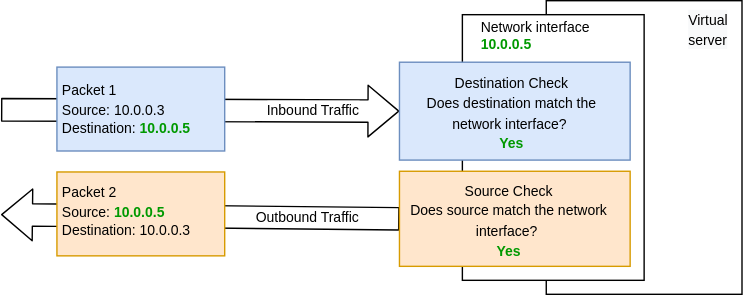
The draw.io diagram images/as-allow.svg in ibm-cloud-docs/vpc, before a commit. Source tidied: cells renumbered, new cells last; positions are measured from the earlier drawing's top-left corner, leaving out a move shared by most shapes.
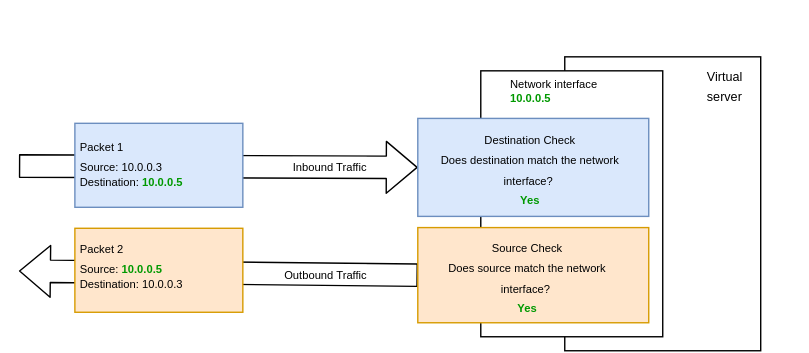
The same file after the commit.

Diff of the diagram source:
```diff
@@ -30,29 +30,35 @@
     <mxCell id="9" style="rounded=0;whiteSpace=wrap;html=1;fillColor=#dae8fc;strokeColor=#6c8ebf;" parent="1" vertex="1">
       <mxGeometry x="285" y="44" width="165" height="70" as="geometry" />
     </mxCell>
-    <mxCell id="10" value="&lt;font style=&quot;font-size: 10px;&quot;&gt;Inbound Traffic&lt;/font&gt;" style="edgeLabel;html=1;align=center;verticalAlign=middle;" parent="1" vertex="1">
+    <mxCell id="10" value="&lt;font style=&quot;font-size: 8px;&quot;&gt;Inbound Traffic&lt;/font&gt;" style="edgeLabel;html=1;align=center;verticalAlign=middle;" parent="1" vertex="1">
       <mxGeometry x="222" y="78" as="geometry" />
     </mxCell>
-    <mxCell id="11" value="&lt;div style=&quot;text-align: justify; font-size: 10px;&quot;&gt;&lt;font style=&quot;font-size: 10px;&quot;&gt;Network interface&lt;/font&gt;&lt;/div&gt;&lt;div style=&quot;text-align: justify; font-size: 10px;&quot;&gt;&lt;b style=&quot;&quot;&gt;&lt;font style=&quot;font-size: 10px;&quot; color=&quot;#009900&quot;&gt;10.0.0.5&lt;/font&gt;&lt;/b&gt;&lt;/div&gt;" style="text;html=1;align=center;verticalAlign=middle;" parent="1" vertex="1">
-      <mxGeometry x="332" y="5" width="100" height="40" as="geometry" />
+    <mxCell id="11" value="&lt;div style=&quot;text-align: justify; font-size: 8px;&quot;&gt;&lt;font style=&quot;font-size: 8px;&quot;&gt;Network interface&lt;/font&gt;&lt;/div&gt;&lt;div style=&quot;text-align: justify; font-size: 8px;&quot;&gt;&lt;b style=&quot;&quot;&gt;&lt;font style=&quot;font-size: 8px;&quot; color=&quot;#009900&quot;&gt;10.0.0.5&lt;/font&gt;&lt;/b&gt;&lt;/div&gt;" style="text;html=1;align=center;verticalAlign=middle;" parent="1" vertex="1">
+      <mxGeometry x="337" y="10" width="90" height="30" as="geometry" />
     </mxCell>
-    <mxCell id="12" value="&lt;span style=&quot;color: rgb(0, 0, 0); font-family: helvetica; font-style: normal; font-weight: 400; letter-spacing: normal; text-align: center; text-indent: 0px; text-transform: none; word-spacing: 0px; background-color: rgb(248, 249, 250); display: inline; float: none;&quot;&gt;&lt;font style=&quot;font-size: 10px;&quot;&gt;Virtual server&lt;/font&gt;&lt;/span&gt;" style="text;whiteSpace=wrap;html=1;" parent="1" vertex="1">
+    <mxCell id="12" value="&lt;span style=&quot;color: rgb(0, 0, 0); font-family: helvetica; font-style: normal; font-weight: 400; letter-spacing: normal; text-align: center; text-indent: 0px; text-transform: none; word-spacing: 0px; display: inline; float: none;&quot;&gt;&lt;font style=&quot;font-size: 9px;&quot;&gt;Virtual server&lt;/font&gt;&lt;/span&gt;" style="text;whiteSpace=wrap;html=1;labelBorderColor=none;labelBackgroundColor=none;" parent="1" vertex="1">
       <mxGeometry x="490" width="40" height="30" as="geometry" />
     </mxCell>
-    <mxCell id="13" value="&lt;font style=&quot;font-size: 10px;&quot;&gt;Outbound Traffic&lt;/font&gt;" style="edgeLabel;html=1;align=center;verticalAlign=middle;" parent="1" vertex="1">
+    <mxCell id="13" value="&lt;font style=&quot;font-size: 8px;&quot;&gt;Outbound Traffic&lt;/font&gt;" style="edgeLabel;html=1;align=center;verticalAlign=middle;" parent="1" vertex="1">
       <mxGeometry x="219" y="154.7" as="geometry" />
     </mxCell>
-    <mxCell id="14" value="&lt;font style=&quot;font-size: 10px;&quot;&gt;&lt;span style=&quot;color: rgb(0, 0, 0); font-family: helvetica; font-style: normal; font-weight: 400; letter-spacing: normal; text-align: left; text-indent: 0px; text-transform: none; word-spacing: 0px; display: inline; float: none;&quot;&gt;Packet 1&lt;/span&gt;&lt;br style=&quot;color: rgb(0, 0, 0); font-family: helvetica; font-style: normal; font-weight: 400; letter-spacing: normal; text-align: left; text-indent: 0px; text-transform: none; word-spacing: 0px;&quot;&gt;&lt;span style=&quot;color: rgb(0, 0, 0); font-family: helvetica; font-style: normal; font-weight: 400; letter-spacing: normal; text-align: left; text-indent: 0px; text-transform: none; word-spacing: 0px; display: inline; float: none;&quot;&gt;Source: 10.0.0.3&lt;/span&gt;&lt;br style=&quot;color: rgb(0, 0, 0); font-family: helvetica; font-style: normal; font-weight: 400; letter-spacing: normal; text-align: left; text-indent: 0px; text-transform: none; word-spacing: 0px;&quot;&gt;&lt;/font&gt;&lt;div style=&quot;color: rgb(0, 0, 0); font-family: helvetica; font-style: normal; font-weight: 400; letter-spacing: normal; text-align: left; text-indent: 0px; text-transform: none; word-spacing: 0px; font-size: 10px;&quot;&gt;&lt;font style=&quot;font-size: 10px;&quot;&gt;Destination:&amp;nbsp;&lt;b style=&quot;&quot;&gt;&lt;font style=&quot;font-size: 10px;&quot; color=&quot;#009900&quot;&gt;10.0.0.5&lt;/font&gt;&lt;/b&gt;&lt;/font&gt;&lt;/div&gt;" style="text;whiteSpace=wrap;html=1;" parent="1" vertex="1">
-      <mxGeometry x="42" y="50" width="140" height="60" as="geometry" />
+    <mxCell id="14" value="&lt;font style=&quot;font-size: 8px;&quot;&gt;&lt;span style=&quot;color: rgb(0, 0, 0); font-family: helvetica; font-style: normal; font-weight: 400; letter-spacing: normal; text-align: left; text-indent: 0px; text-transform: none; word-spacing: 0px; display: inline; float: none;&quot;&gt;Packet 1&lt;/span&gt;&lt;br style=&quot;color: rgb(0, 0, 0); font-family: helvetica; font-style: normal; font-weight: 400; letter-spacing: normal; text-align: left; text-indent: 0px; text-transform: none; word-spacing: 0px;&quot;&gt;&lt;span style=&quot;color: rgb(0, 0, 0); font-family: helvetica; font-style: normal; font-weight: 400; letter-spacing: normal; text-align: left; text-indent: 0px; text-transform: none; word-spacing: 0px; display: inline; float: none;&quot;&gt;Source: 10.0.0.3&lt;/span&gt;&lt;br style=&quot;color: rgb(0, 0, 0); font-family: helvetica; font-style: normal; font-weight: 400; letter-spacing: normal; text-align: left; text-indent: 0px; text-transform: none; word-spacing: 0px;&quot;&gt;&lt;/font&gt;&lt;div style=&quot;color: rgb(0, 0, 0); font-family: helvetica; font-style: normal; font-weight: 400; letter-spacing: normal; text-align: left; text-indent: 0px; text-transform: none; word-spacing: 0px; font-size: 8px;&quot;&gt;&lt;font style=&quot;font-size: 8px;&quot;&gt;Destination:&amp;nbsp;&lt;b style=&quot;&quot;&gt;&lt;font style=&quot;font-size: 8px;&quot; color=&quot;#009900&quot;&gt;10.0.0.5&lt;/font&gt;&lt;/b&gt;&lt;/font&gt;&lt;/div&gt;" style="text;whiteSpace=wrap;html=1;" parent="1" vertex="1">
+      <mxGeometry x="42" y="50" width="108" height="40" as="geometry" />
     </mxCell>
-    <mxCell id="15" value="&lt;font style=&quot;font-size: 10px;&quot;&gt;&lt;span style=&quot;color: rgb(0, 0, 0); font-family: helvetica; font-style: normal; font-weight: 400; letter-spacing: normal; text-align: left; text-indent: 0px; text-transform: none; word-spacing: 0px; display: inline; float: none;&quot;&gt;Packet 2&lt;/span&gt;&lt;br style=&quot;color: rgb(0, 0, 0); font-family: helvetica; font-style: normal; font-weight: 400; letter-spacing: normal; text-align: left; text-indent: 0px; text-transform: none; word-spacing: 0px;&quot;&gt;&lt;span style=&quot;color: rgb(0, 0, 0); font-family: helvetica; font-style: normal; font-weight: 400; letter-spacing: normal; text-align: left; text-indent: 0px; text-transform: none; word-spacing: 0px; display: inline; float: none;&quot;&gt;Source:&lt;span&gt;&amp;nbsp;&lt;/span&gt;&lt;/span&gt;&lt;b style=&quot;color: rgb(0, 0, 0); font-family: helvetica; font-style: normal; letter-spacing: normal; text-align: left; text-indent: 0px; text-transform: none; word-spacing: 0px;&quot;&gt;&lt;font style=&quot;font-size: 10px;&quot; color=&quot;#009900&quot;&gt;10.0.0.5&lt;/font&gt;&lt;/b&gt;&lt;br style=&quot;color: rgb(0, 0, 0); font-family: helvetica; font-style: normal; font-weight: 400; letter-spacing: normal; text-align: left; text-indent: 0px; text-transform: none; word-spacing: 0px;&quot;&gt;&lt;/font&gt;&lt;div style=&quot;color: rgb(0, 0, 0); font-family: helvetica; font-style: normal; font-weight: 400; letter-spacing: normal; text-align: left; text-indent: 0px; text-transform: none; word-spacing: 0px; font-size: 10px;&quot;&gt;&lt;font style=&quot;font-size: 10px;&quot;&gt;Destination: 10.0.0.3&lt;/font&gt;&lt;/div&gt;" style="text;whiteSpace=wrap;html=1;" parent="1" vertex="1">
+    <mxCell id="15" value="&lt;font style=&quot;font-size: 8px;&quot;&gt;&lt;span style=&quot;color: rgb(0, 0, 0); font-family: helvetica; font-style: normal; font-weight: 400; letter-spacing: normal; text-align: left; text-indent: 0px; text-transform: none; word-spacing: 0px; display: inline; float: none;&quot;&gt;Packet 2&lt;/span&gt;&lt;br style=&quot;color: rgb(0, 0, 0); font-family: helvetica; font-style: normal; font-weight: 400; letter-spacing: normal; text-align: left; text-indent: 0px; text-transform: none; word-spacing: 0px;&quot;&gt;&lt;span style=&quot;color: rgb(0, 0, 0); font-family: helvetica; font-style: normal; font-weight: 400; letter-spacing: normal; text-align: left; text-indent: 0px; text-transform: none; word-spacing: 0px; display: inline; float: none;&quot;&gt;Source:&lt;span&gt;&amp;nbsp;&lt;/span&gt;&lt;/span&gt;&lt;b style=&quot;color: rgb(0, 0, 0); font-family: helvetica; font-style: normal; letter-spacing: normal; text-align: left; text-indent: 0px; text-transform: none; word-spacing: 0px;&quot;&gt;&lt;font style=&quot;font-size: 8px;&quot; color=&quot;#009900&quot;&gt;10.0.0.5&lt;/font&gt;&lt;/b&gt;&lt;br style=&quot;color: rgb(0, 0, 0); font-family: helvetica; font-style: normal; font-weight: 400; letter-spacing: normal; text-align: left; text-indent: 0px; text-transform: none; word-spacing: 0px;&quot;&gt;&lt;/font&gt;&lt;div style=&quot;color: rgb(0, 0, 0); font-family: helvetica; font-style: normal; font-weight: 400; letter-spacing: normal; text-align: left; text-indent: 0px; text-transform: none; word-spacing: 0px; font-size: 8px;&quot;&gt;&lt;font style=&quot;font-size: 8px;&quot;&gt;Destination: 10.0.0.3&lt;/font&gt;&lt;/div&gt;" style="text;whiteSpace=wrap;html=1;" parent="1" vertex="1">
       <mxGeometry x="42" y="122.7" width="140" height="60" as="geometry" />
     </mxCell>
-    <mxCell id="16" value="&lt;font style=&quot;font-size: 10px;&quot;&gt;&lt;span style=&quot;color: rgb(0, 0, 0); font-family: helvetica; font-style: normal; font-weight: 400; letter-spacing: normal; text-indent: 0px; text-transform: none; word-spacing: 0px; display: inline; float: none;&quot;&gt;Destination Check&lt;/span&gt;&lt;br style=&quot;color: rgb(0, 0, 0); font-family: helvetica; font-style: normal; font-weight: 400; letter-spacing: normal; text-indent: 0px; text-transform: none; word-spacing: 0px;&quot;&gt;&lt;span style=&quot;color: rgb(0, 0, 0); font-family: helvetica; font-style: normal; font-weight: 400; letter-spacing: normal; text-indent: 0px; text-transform: none; word-spacing: 0px; display: inline; float: none;&quot;&gt;Does destination match the network interface?&lt;span&gt;&amp;nbsp;&lt;br&gt;&lt;/span&gt;&lt;/span&gt;&lt;b style=&quot;color: rgb(0, 0, 0); font-family: helvetica; font-style: normal; letter-spacing: normal; text-indent: 0px; text-transform: none; word-spacing: 0px;&quot;&gt;&lt;font style=&quot;font-size: 10px;&quot; color=&quot;#009900&quot;&gt;Yes&lt;/font&gt;&lt;/b&gt;&lt;/font&gt;" style="text;whiteSpace=wrap;html=1;align=center;" parent="1" vertex="1">
+    <mxCell id="16" value="&lt;font style=&quot;font-size: 8px;&quot;&gt;&lt;span style=&quot;color: rgb(0, 0, 0); font-family: helvetica; font-style: normal; font-weight: 400; letter-spacing: normal; text-indent: 0px; text-transform: none; word-spacing: 0px; display: inline; float: none;&quot;&gt;Destination Check&lt;/span&gt;&lt;br style=&quot;color: rgb(0, 0, 0); font-family: helvetica; font-style: normal; font-weight: 400; letter-spacing: normal; text-indent: 0px; text-transform: none; word-spacing: 0px;&quot;&gt;&lt;span style=&quot;color: rgb(0, 0, 0); font-family: helvetica; font-style: normal; font-weight: 400; letter-spacing: normal; text-indent: 0px; text-transform: none; word-spacing: 0px; display: inline; float: none;&quot;&gt;Does destination match the network interface?&lt;span&gt;&amp;nbsp;&lt;br&gt;&lt;/span&gt;&lt;/span&gt;&lt;b style=&quot;color: rgb(0, 0, 0); font-family: helvetica; font-style: normal; letter-spacing: normal; text-indent: 0px; text-transform: none; word-spacing: 0px;&quot;&gt;&lt;font style=&quot;font-size: 8px;&quot; color=&quot;#009900&quot;&gt;Yes&lt;/font&gt;&lt;/b&gt;&lt;/font&gt;" style="text;whiteSpace=wrap;html=1;align=center;" parent="1" vertex="1">
       <mxGeometry x="294" y="45" width="143" height="28" as="geometry" />
     </mxCell>
-    <mxCell id="17" value="&lt;font style=&quot;font-size: 10px;&quot;&gt;&lt;span style=&quot;color: rgb(0, 0, 0); font-family: helvetica; font-style: normal; font-weight: 400; letter-spacing: normal; text-indent: 0px; text-transform: none; word-spacing: 0px; display: inline; float: none;&quot;&gt;Source Check&lt;/span&gt;&lt;br style=&quot;color: rgb(0, 0, 0); font-family: helvetica; font-style: normal; font-weight: 400; letter-spacing: normal; text-indent: 0px; text-transform: none; word-spacing: 0px;&quot;&gt;&lt;span style=&quot;color: rgb(0, 0, 0); font-family: helvetica; font-style: normal; font-weight: 400; letter-spacing: normal; text-indent: 0px; text-transform: none; word-spacing: 0px; display: inline; float: none;&quot;&gt;Does source match the network interface?&lt;span&gt;&amp;nbsp;&lt;br&gt;&lt;/span&gt;&lt;/span&gt;&lt;font color=&quot;#009900&quot; style=&quot;font-family: helvetica; font-style: normal; font-weight: 400; letter-spacing: normal; text-indent: 0px; text-transform: none; word-spacing: 0px; font-size: 10px;&quot;&gt;&lt;b style=&quot;&quot;&gt;Yes&lt;/b&gt;&lt;/font&gt;&lt;/font&gt;" style="text;whiteSpace=wrap;html=1;align=center;" parent="1" vertex="1">
+    <mxCell id="17" value="&lt;font style=&quot;font-size: 8px;&quot;&gt;&lt;span style=&quot;color: rgb(0, 0, 0); font-family: helvetica; font-style: normal; font-weight: 400; letter-spacing: normal; text-indent: 0px; text-transform: none; word-spacing: 0px; display: inline; float: none;&quot;&gt;Source Check&lt;/span&gt;&lt;br style=&quot;color: rgb(0, 0, 0); font-family: helvetica; font-style: normal; font-weight: 400; letter-spacing: normal; text-indent: 0px; text-transform: none; word-spacing: 0px;&quot;&gt;&lt;span style=&quot;color: rgb(0, 0, 0); font-family: helvetica; font-style: normal; font-weight: 400; letter-spacing: normal; text-indent: 0px; text-transform: none; word-spacing: 0px; display: inline; float: none;&quot;&gt;Does source match the network interface?&lt;span&gt;&amp;nbsp;&lt;br&gt;&lt;/span&gt;&lt;/span&gt;&lt;font color=&quot;#009900&quot; style=&quot;font-family: helvetica; font-style: normal; font-weight: 400; letter-spacing: normal; text-indent: 0px; text-transform: none; word-spacing: 0px; font-size: 8px;&quot;&gt;&lt;b style=&quot;&quot;&gt;Yes&lt;/b&gt;&lt;/font&gt;&lt;/font&gt;" style="text;whiteSpace=wrap;html=1;align=center;" parent="1" vertex="1">
       <mxGeometry x="287" y="122" width="153" height="43.3" as="geometry" />
     </mxCell>
+    <mxCell id="18" style="rounded=0;whiteSpace=wrap;html=1;strokeColor=none;" parent="1" vertex="1">
+      <mxGeometry x="-13" y="-33" width="543" height="30" as="geometry" />
+    </mxCell>
+    <mxCell id="19" style="rounded=0;whiteSpace=wrap;html=1;rotation=90;strokeColor=none;" parent="1" vertex="1">
+      <mxGeometry x="423.5" y="70" width="250" height="30" as="geometry" />
+    </mxCell>
   </root>
 </mxGraphModel>
```
